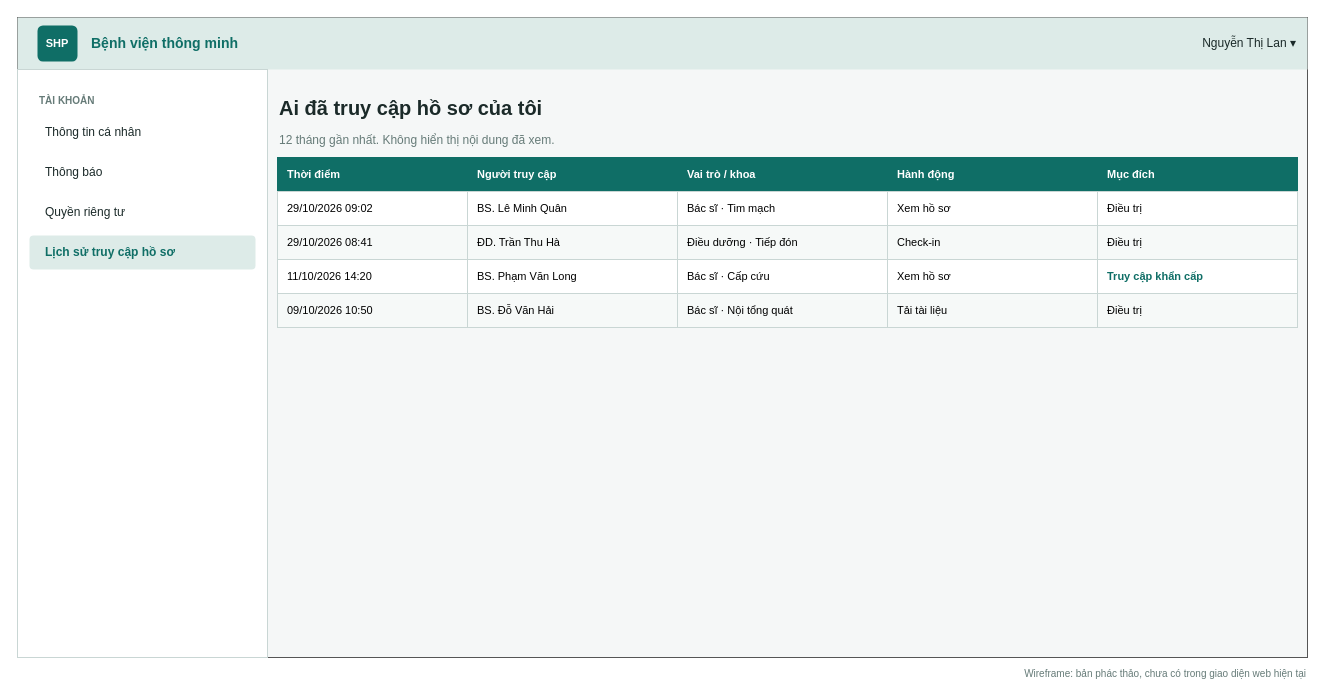
Above: page "Cài đặt thông báo" (7 of 17) of docs/02-requirements/srs/dist/diagrams/06-wireframes.drawio in viethung12062005/smart-hospital-platform (draw.io), before the change. Source tidied: cells renumbered, new cells numbered last; positions are measured from the earlier drawing's top-left corner, leaving out a move shared by most shapes. Both pictures are drawn from the tidied source at 100%, with x=0, y=0 at pixel (17, 17).
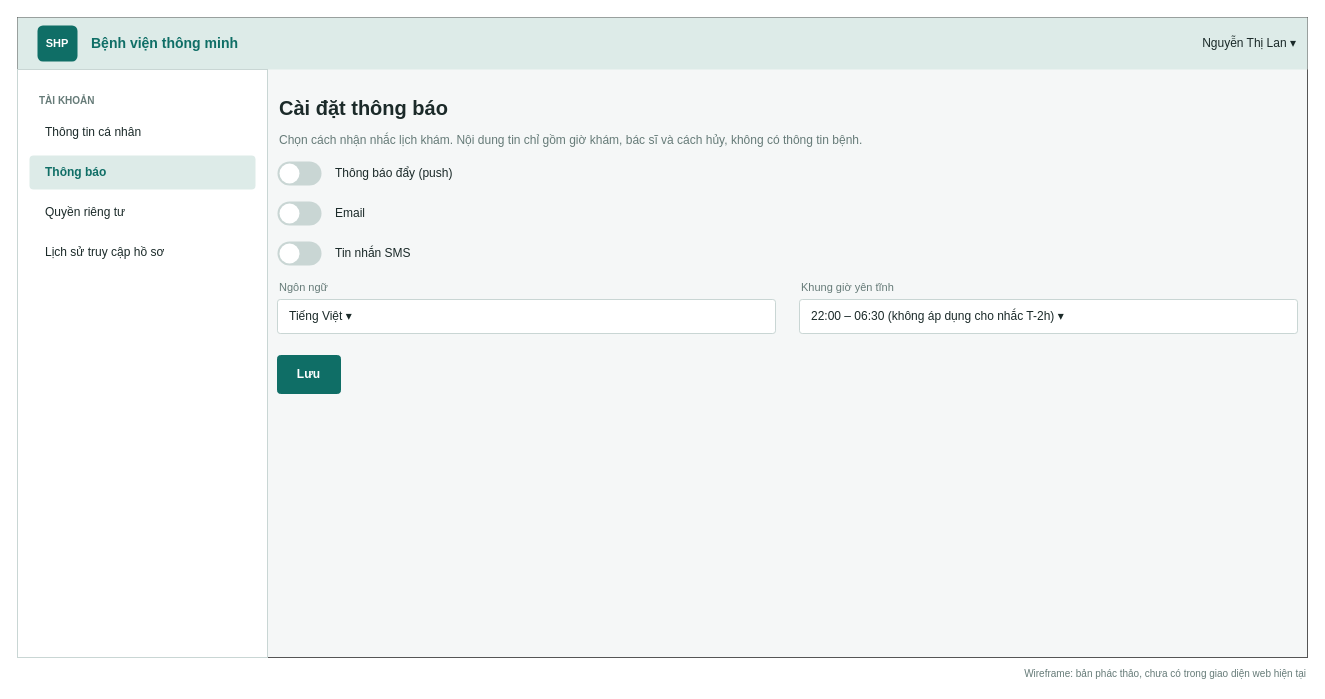
Above is the later version.

Change to the diagram source:
```diff
@@
-    <mxCell id="10" value="Thông báo" style="rounded=1;whiteSpace=wrap;html=1;arcSize=12;align=left;spacingLeft=14;fontSize=12;fillColor=#FFFFFF;strokeColor=none;fontColor=#1B2A29;" parent="1" vertex="1">
+    <mxCell id="10" value="Thông báo" style="rounded=1;whiteSpace=wrap;html=1;arcSize=12;align=left;spacingLeft=14;fontSize=12;fillColor=#DDEBE8;strokeColor=none;fontColor=#0F6E66;fontStyle=1;" parent="1" vertex="1">
       <mxGeometry x="12" y="138" width="226" height="34" as="geometry" />
     </mxCell>
@@
-    <mxCell id="12" value="Lịch sử truy cập hồ sơ" style="rounded=1;whiteSpace=wrap;html=1;arcSize=12;align=left;spacingLeft=14;fontSize=12;fillColor=#DDEBE8;strokeColor=none;fontColor=#0F6E66;fontStyle=1;" parent="1" vertex="1">
+    <mxCell id="12" value="Lịch sử truy cập hồ sơ" style="rounded=1;whiteSpace=wrap;html=1;arcSize=12;align=left;spacingLeft=14;fontSize=12;fillColor=#FFFFFF;strokeColor=none;fontColor=#1B2A29;" parent="1" vertex="1">
       <mxGeometry x="12" y="218" width="226" height="34" as="geometry" />
     </mxCell>
@@
-    <mxCell id="14" value="Ai đã truy cập hồ sơ của tôi" style="text;html=1;align=left;verticalAlign=middle;whiteSpace=wrap;fontSize=20;fontColor=#1B2A29;fontStyle=1;" parent="1" vertex="1">
+    <mxCell id="14" value="Cài đặt thông báo" style="text;html=1;align=left;verticalAlign=middle;whiteSpace=wrap;fontSize=20;fontColor=#1B2A29;fontStyle=1;" parent="1" vertex="1">
       <mxGeometry x="260" y="72" width="1020" height="36" as="geometry" />
     </mxCell>
-    <mxCell id="15" value="12 tháng gần nhất. Không hiển thị nội dung đã xem." style="text;html=1;align=left;verticalAlign=middle;whiteSpace=wrap;fontSize=12;fontColor=#667B78;" parent="1" vertex="1">
+    <mxCell id="15" value="Chọn cách nhận nhắc lịch khám. Nội dung tin chỉ gồm giờ khám, bác sĩ và cách hủy, không có thông tin bệnh." style="text;html=1;align=left;verticalAlign=middle;whiteSpace=wrap;fontSize=12;fontColor=#667B78;" parent="1" vertex="1">
       <mxGeometry x="260" y="110" width="1020" height="26" as="geometry" />
     </mxCell>
-    <mxCell id="16" value="Thời điểm" style="rounded=0;whiteSpace=wrap;html=1;fillColor=#0F6E66;strokeColor=#0F6E66;fontColor=#FFFFFF;fontStyle=1;fontSize=11;align=left;spacingLeft=8;" parent="1" vertex="1">
-      <mxGeometry x="260" y="140" width="190" height="34" as="geometry" />
+    <mxCell id="16" style="rounded=1;arcSize=50;whiteSpace=wrap;html=1;fillColor=#C9D6D4;strokeColor=none;" parent="1" vertex="1">
+      <mxGeometry x="260" y="144" width="44" height="24" as="geometry" />
     </mxCell>
-    <mxCell id="17" value="Người truy cập" style="rounded=0;whiteSpace=wrap;html=1;fillColor=#0F6E66;strokeColor=#0F6E66;fontColor=#FFFFFF;fontStyle=1;fontSize=11;align=left;spacingLeft=8;" parent="1" vertex="1">
-      <mxGeometry x="450" y="140" width="210" height="34" as="geometry" />
+    <mxCell id="17" style="ellipse;whiteSpace=wrap;html=1;fillColor=#FFFFFF;strokeColor=none;" parent="1" vertex="1">
+      <mxGeometry x="262" y="146" width="20" height="20" as="geometry" />
     </mxCell>
-    <mxCell id="18" value="Vai trò / khoa" style="rounded=0;whiteSpace=wrap;html=1;fillColor=#0F6E66;strokeColor=#0F6E66;fontColor=#FFFFFF;fontStyle=1;fontSize=11;align=left;spacingLeft=8;" parent="1" vertex="1">
-      <mxGeometry x="660" y="140" width="210" height="34" as="geometry" />
+    <mxCell id="18" value="Thông báo đẩy (push)" style="text;html=1;align=left;verticalAlign=middle;whiteSpace=wrap;fontSize=12;fontColor=#1B2A29;" parent="1" vertex="1">
+      <mxGeometry x="316" y="140" width="964" height="32" as="geometry" />
     </mxCell>
-    <mxCell id="19" value="Hành động" style="rounded=0;whiteSpace=wrap;html=1;fillColor=#0F6E66;strokeColor=#0F6E66;fontColor=#FFFFFF;fontStyle=1;fontSize=11;align=left;spacingLeft=8;" parent="1" vertex="1">
-      <mxGeometry x="870" y="140" width="210" height="34" as="geometry" />
+    <mxCell id="19" style="rounded=1;arcSize=50;whiteSpace=wrap;html=1;fillColor=#C9D6D4;strokeColor=none;" parent="1" vertex="1">
+      <mxGeometry x="260" y="184" width="44" height="24" as="geometry" />
     </mxCell>
-    <mxCell id="20" value="Mục đích" style="rounded=0;whiteSpace=wrap;html=1;fillColor=#0F6E66;strokeColor=#0F6E66;fontColor=#FFFFFF;fontStyle=1;fontSize=11;align=left;spacingLeft=8;" parent="1" vertex="1">
-      <mxGeometry x="1080" y="140" width="200" height="34" as="geometry" />
+    <mxCell id="20" style="ellipse;whiteSpace=wrap;html=1;fillColor=#FFFFFF;strokeColor=none;" parent="1" vertex="1">
+      <mxGeometry x="262" y="186" width="20" height="20" as="geometry" />
     </mxCell>
-    <mxCell id="21" value="29/10/2026 09:02" style="rounded=0;whiteSpace=wrap;html=1;fillColor=#FFFFFF;strokeColor=#C9D6D4;fontSize=11;align=left;spacingLeft=8;" parent="1" vertex="1">
-      <mxGeometry x="260" y="174" width="190" height="34" as="geometry" />
+    <mxCell id="21" value="Email" style="text;html=1;align=left;verticalAlign=middle;whiteSpace=wrap;fontSize=12;fontColor=#1B2A29;" parent="1" vertex="1">
+      <mxGeometry x="316" y="180" width="964" height="32" as="geometry" />
     </mxCell>
-    <mxCell id="22" value="BS. Lê Minh Quân" style="rounded=0;whiteSpace=wrap;html=1;fillColor=#FFFFFF;strokeColor=#C9D6D4;fontSize=11;align=left;spacingLeft=8;" parent="1" vertex="1">
-      <mxGeometry x="450" y="174" width="210" height="34" as="geometry" />
+    <mxCell id="22" style="rounded=1;arcSize=50;whiteSpace=wrap;html=1;fillColor=#C9D6D4;strokeColor=none;" parent="1" vertex="1">
+      <mxGeometry x="260" y="224" width="44" height="24" as="geometry" />
     </mxCell>
-    <mxCell id="23" value="Bác sĩ · Tim mạch" style="rounded=0;whiteSpace=wrap;html=1;fillColor=#FFFFFF;strokeColor=#C9D6D4;fontSize=11;align=left;spacingLeft=8;" parent="1" vertex="1">
-      <mxGeometry x="660" y="174" width="210" height="34" as="geometry" />
+    <mxCell id="23" style="ellipse;whiteSpace=wrap;html=1;fillColor=#FFFFFF;strokeColor=none;" parent="1" vertex="1">
+      <mxGeometry x="262" y="226" width="20" height="20" as="geometry" />
     </mxCell>
-    <mxCell id="24" value="Xem hồ sơ" style="rounded=0;whiteSpace=wrap;html=1;fillColor=#FFFFFF;strokeColor=#C9D6D4;fontSize=11;align=left;spacingLeft=8;" parent="1" vertex="1">
-      <mxGeometry x="870" y="174" width="210" height="34" as="geometry" />
+    <mxCell id="24" value="Tin nhắn SMS" style="text;html=1;align=left;verticalAlign=middle;whiteSpace=wrap;fontSize=12;fontColor=#1B2A29;" parent="1" vertex="1">
+      <mxGeometry x="316" y="220" width="964" height="32" as="geometry" />
     </mxCell>
-    <mxCell id="25" value="Điều trị" style="rounded=0;whiteSpace=wrap;html=1;fillColor=#FFFFFF;strokeColor=#C9D6D4;fontSize=11;align=left;spacingLeft=8;" parent="1" vertex="1">
-      <mxGeometry x="1080" y="174" width="200" height="34" as="geometry" />
+    <mxCell id="25" value="Ngôn ngữ" style="text;html=1;align=left;verticalAlign=middle;whiteSpace=wrap;fontSize=11;fontColor=#667B78;" parent="1" vertex="1">
+      <mxGeometry x="260" y="260" width="498" height="20" as="geometry" />
     </mxCell>
-    <mxCell id="26" value="29/10/2026 08:41" style="rounded=0;whiteSpace=wrap;html=1;fillColor=#F6F9F8;strokeColor=#C9D6D4;fontSize=11;align=left;spacingLeft=8;" parent="1" vertex="1">
-      <mxGeometry x="260" y="208" width="190" height="34" as="geometry" />
+    <mxCell id="26" value="Tiếng Việt   ▾" style="rounded=1;whiteSpace=wrap;html=1;arcSize=8;fillColor=#FFFFFF;strokeColor=#C9D6D4;fontSize=12;fontColor=#1B2A29;align=left;spacingLeft=10;" parent="1" vertex="1">
+      <mxGeometry x="260" y="282" width="498" height="34" as="geometry" />
     </mxCell>
-    <mxCell id="27" value="ĐD. Trần Thu Hà" style="rounded=0;whiteSpace=wrap;html=1;fillColor=#F6F9F8;strokeColor=#C9D6D4;fontSize=11;align=left;spacingLeft=8;" parent="1" vertex="1">
-      <mxGeometry x="450" y="208" width="210" height="34" as="geometry" />
+    <mxCell id="27" value="Khung giờ yên tĩnh" style="text;html=1;align=left;verticalAlign=middle;whiteSpace=wrap;fontSize=11;fontColor=#667B78;" parent="1" vertex="1">
+      <mxGeometry x="782" y="260" width="498" height="20" as="geometry" />
     </mxCell>
-    <mxCell id="28" value="Điều dưỡng · Tiếp đón" style="rounded=0;whiteSpace=wrap;html=1;fillColor=#F6F9F8;strokeColor=#C9D6D4;fontSize=11;align=left;spacingLeft=8;" parent="1" vertex="1">
-      <mxGeometry x="660" y="208" width="210" height="34" as="geometry" />
+    <mxCell id="28" value="22:00 – 06:30 (không áp dụng cho nhắc T-2h)   ▾" style="rounded=1;whiteSpace=wrap;html=1;arcSize=8;fillColor=#FFFFFF;strokeColor=#C9D6D4;fontSize=12;fontColor=#1B2A29;align=left;spacingLeft=10;" parent="1" vertex="1">
+      <mxGeometry x="782" y="282" width="498" height="34" as="geometry" />
     </mxCell>
-    <mxCell id="29" value="Check-in" style="rounded=0;whiteSpace=wrap;html=1;fillColor=#F6F9F8;strokeColor=#C9D6D4;fontSize=11;align=left;spacingLeft=8;" parent="1" vertex="1">
-      <mxGeometry x="870" y="208" width="210" height="34" as="geometry" />
+    <mxCell id="29" value="Lưu" style="rounded=1;whiteSpace=wrap;html=1;arcSize=8;fillColor=#0F6E66;strokeColor=#0F6E66;fontSize=12;fontColor=#1B2A29;fontStyle=1;fontColor=#FFFFFF;" parent="1" vertex="1">
+      <mxGeometry x="260" y="338" width="63" height="38" as="geometry" />
     </mxCell>
-    <mxCell id="30" value="Điều trị" style="rounded=0;whiteSpace=wrap;html=1;fillColor=#F6F9F8;strokeColor=#C9D6D4;fontSize=11;align=left;spacingLeft=8;" parent="1" vertex="1">
-      <mxGeometry x="1080" y="208" width="200" height="34" as="geometry" />
-    </mxCell>
-    <mxCell id="31" value="11/10/2026 14:20" style="rounded=0;whiteSpace=wrap;html=1;fillColor=#FFFFFF;strokeColor=#C9D6D4;fontSize=11;align=left;spacingLeft=8;" parent="1" vertex="1">
-      <mxGeometry x="260" y="242" width="190" height="34" as="geometry" />
-    </mxCell>
-    <mxCell id="32" value="BS. Phạm Văn Long" style="rounded=0;whiteSpace=wrap;html=1;fillColor=#FFFFFF;strokeColor=#C9D6D4;fontSize=11;align=left;spacingLeft=8;" parent="1" vertex="1">
-      <mxGeometry x="450" y="242" width="210" height="34" as="geometry" />
-    </mxCell>
-    <mxCell id="33" value="Bác sĩ · Cấp cứu" style="rounded=0;whiteSpace=wrap;html=1;fillColor=#FFFFFF;strokeColor=#C9D6D4;fontSize=11;align=left;spacingLeft=8;" parent="1" vertex="1">
-      <mxGeometry x="660" y="242" width="210" height="34" as="geometry" />
-    </mxCell>
-    <mxCell id="34" value="Xem hồ sơ" style="rounded=0;whiteSpace=wrap;html=1;fillColor=#FFFFFF;strokeColor=#C9D6D4;fontSize=11;align=left;spacingLeft=8;" parent="1" vertex="1">
-      <mxGeometry x="870" y="242" width="210" height="34" as="geometry" />
-    </mxCell>
-    <mxCell id="35" value="Truy cập khẩn cấp" style="rounded=0;whiteSpace=wrap;html=1;fillColor=#FFFFFF;strokeColor=#C9D6D4;fontSize=11;align=left;spacingLeft=8;fontColor=#0F6E66;fontStyle=1;" parent="1" vertex="1">
-      <mxGeometry x="1080" y="242" width="200" height="34" as="geometry" />
-    </mxCell>
-    <mxCell id="36" value="09/10/2026 10:50" style="rounded=0;whiteSpace=wrap;html=1;fillColor=#F6F9F8;strokeColor=#C9D6D4;fontSize=11;align=left;spacingLeft=8;" parent="1" vertex="1">
-      <mxGeometry x="260" y="276" width="190" height="34" as="geometry" />
-    </mxCell>
-    <mxCell id="37" value="BS. Đỗ Văn Hải" style="rounded=0;whiteSpace=wrap;html=1;fillColor=#F6F9F8;strokeColor=#C9D6D4;fontSize=11;align=left;spacingLeft=8;" parent="1" vertex="1">
-      <mxGeometry x="450" y="276" width="210" height="34" as="geometry" />
-    </mxCell>
-    <mxCell id="38" value="Bác sĩ · Nội tổng quát" style="rounded=0;whiteSpace=wrap;html=1;fillColor=#F6F9F8;strokeColor=#C9D6D4;fontSize=11;align=left;spacingLeft=8;" parent="1" vertex="1">
-      <mxGeometry x="660" y="276" width="210" height="34" as="geometry" />
-    </mxCell>
-    <mxCell id="39" value="Tải tài liệu" style="rounded=0;whiteSpace=wrap;html=1;fillColor=#F6F9F8;strokeColor=#C9D6D4;fontSize=11;align=left;spacingLeft=8;" parent="1" vertex="1">
-      <mxGeometry x="870" y="276" width="210" height="34" as="geometry" />
-    </mxCell>
-    <mxCell id="40" value="Điều trị" style="rounded=0;whiteSpace=wrap;html=1;fillColor=#F6F9F8;strokeColor=#C9D6D4;fontSize=11;align=left;spacingLeft=8;" parent="1" vertex="1">
-      <mxGeometry x="1080" y="276" width="200" height="34" as="geometry" />
-    </mxCell>
```
